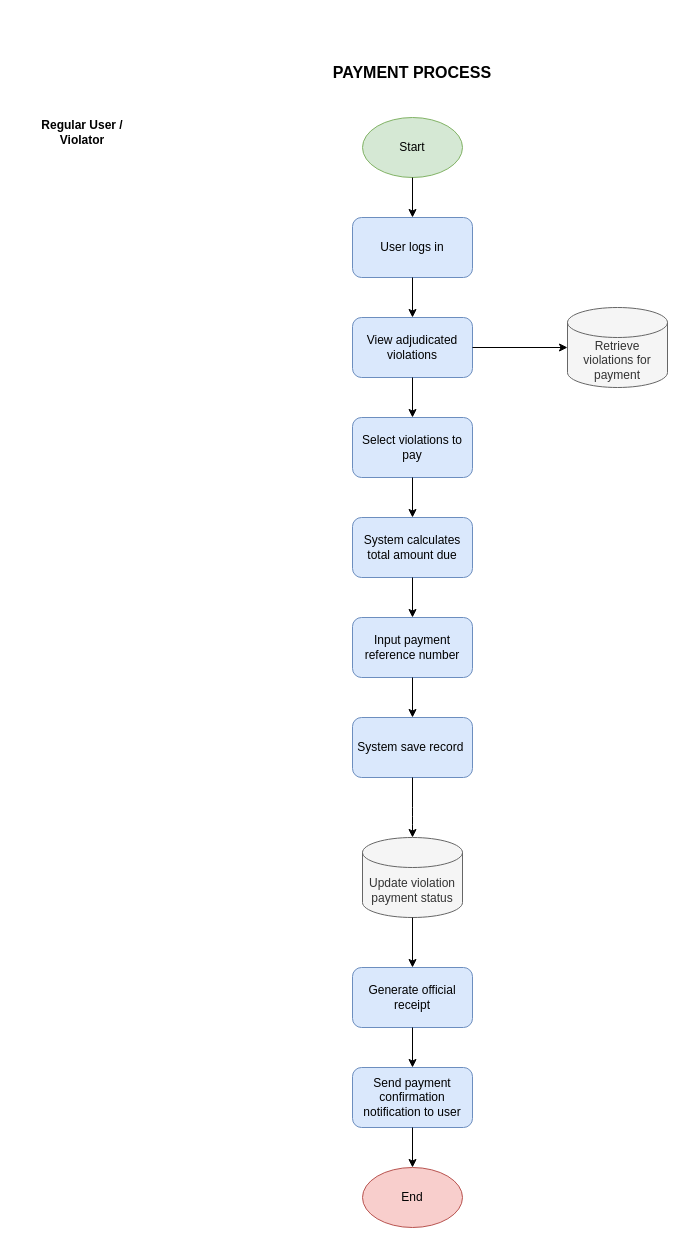
The draw.io diagram payment_process.drawio in PotatoLover169/CTTMO-Traffic-violation-Management-System, before the edit. Source tidied: cells renumbered, new cells numbered last; positions are measured from the earlier drawing's top-left corner, leaving out a move shared by most shapes. Both pictures are drawn from the tidied source at 100%, with x=0, y=0 at pixel (17, 57).
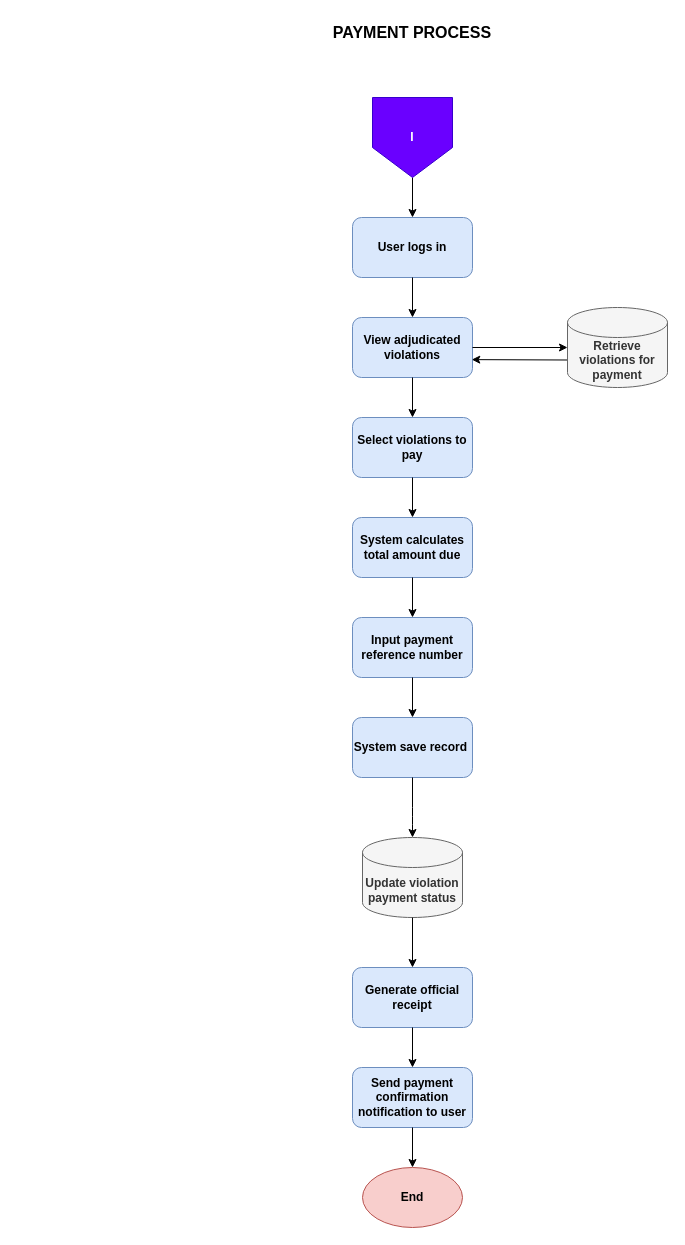
After the change.

Change to the diagram source:
```diff
@@
-    <mxCell id="2" value="Start" style="ellipse;whiteSpace=wrap;html=1;fillColor=#d5e8d4;strokeColor=#82b366;" parent="1" vertex="1">
-      <mxGeometry x="345" y="60" width="100" height="60" as="geometry" />
-    </mxCell>
-    <mxCell id="3" value="User logs in" style="rounded=1;whiteSpace=wrap;html=1;fillColor=#dae8fc;strokeColor=#6c8ebf;" parent="1" vertex="1">
+    <mxCell id="3" value="&lt;b&gt;User logs in&lt;/b&gt;" style="rounded=1;whiteSpace=wrap;html=1;fillColor=#dae8fc;strokeColor=#6c8ebf;" parent="1" vertex="1">
       <mxGeometry x="335" y="160" width="120" height="60" as="geometry" />
     </mxCell>
-    <mxCell id="4" value="View adjudicated violations" style="rounded=1;whiteSpace=wrap;html=1;fillColor=#dae8fc;strokeColor=#6c8ebf;" parent="1" vertex="1">
+    <mxCell id="4" value="&lt;b&gt;View adjudicated violations&lt;/b&gt;" style="rounded=1;whiteSpace=wrap;html=1;fillColor=#dae8fc;strokeColor=#6c8ebf;" parent="1" vertex="1">
       <mxGeometry x="335" y="260" width="120" height="60" as="geometry" />
     </mxCell>
+    <mxCell id="27" style="edgeStyle=none;html=1;exitX=0;exitY=0;exitDx=0;exitDy=52.5;exitPerimeter=0;entryX=0.994;entryY=0.702;entryDx=0;entryDy=0;entryPerimeter=0;" parent="1" edge="1" source="5" target="4">
+      <mxGeometry relative="1" as="geometry" />
+    </mxCell>
-    <mxCell id="5" value="Retrieve violations for payment" style="shape=cylinder3;whiteSpace=wrap;html=1;boundedLbl=1;backgroundOutline=1;size=15;fillColor=#f5f5f5;fontColor=#333333;strokeColor=#666666;" parent="1" vertex="1">
+    <mxCell id="5" value="&lt;b&gt;Retrieve violations for payment&lt;/b&gt;" style="shape=cylinder3;whiteSpace=wrap;html=1;boundedLbl=1;backgroundOutline=1;size=15;fillColor=#f5f5f5;fontColor=#333333;strokeColor=#666666;" parent="1" vertex="1">
       <mxGeometry x="550" y="250" width="100" height="80" as="geometry" />
     </mxCell>
-    <mxCell id="6" value="Select violations to pay" style="rounded=1;whiteSpace=wrap;html=1;fillColor=#dae8fc;strokeColor=#6c8ebf;" parent="1" vertex="1">
+    <mxCell id="6" value="&lt;b&gt;Select violations to pay&lt;/b&gt;" style="rounded=1;whiteSpace=wrap;html=1;fillColor=#dae8fc;strokeColor=#6c8ebf;" parent="1" vertex="1">
       <mxGeometry x="335" y="360" width="120" height="60" as="geometry" />
     </mxCell>
-    <mxCell id="7" value="System calculates total amount due" style="rounded=1;whiteSpace=wrap;html=1;fillColor=#dae8fc;strokeColor=#6c8ebf;" parent="1" vertex="1">
+    <mxCell id="7" value="&lt;b&gt;System calculates total amount due&lt;/b&gt;" style="rounded=1;whiteSpace=wrap;html=1;fillColor=#dae8fc;strokeColor=#6c8ebf;" parent="1" vertex="1">
       <mxGeometry x="335" y="460" width="120" height="60" as="geometry" />
     </mxCell>
-    <mxCell id="8" value="Input payment reference number" style="rounded=1;whiteSpace=wrap;html=1;fillColor=#dae8fc;strokeColor=#6c8ebf;" parent="1" vertex="1">
+    <mxCell id="8" value="&lt;b&gt;Input payment reference number&lt;/b&gt;" style="rounded=1;whiteSpace=wrap;html=1;fillColor=#dae8fc;strokeColor=#6c8ebf;" parent="1" vertex="1">
       <mxGeometry x="335" y="560" width="120" height="60" as="geometry" />
     </mxCell>
-    <mxCell id="9" value="System save record&amp;nbsp;" style="rounded=1;whiteSpace=wrap;html=1;fillColor=#dae8fc;strokeColor=#6c8ebf;" parent="1" vertex="1">
+    <mxCell id="9" value="&lt;b&gt;System save record&amp;nbsp;&lt;/b&gt;" style="rounded=1;whiteSpace=wrap;html=1;fillColor=#dae8fc;strokeColor=#6c8ebf;" parent="1" vertex="1">
       <mxGeometry x="335" y="660" width="120" height="60" as="geometry" />
     </mxCell>
-    <mxCell id="10" value="Update violation payment status" style="shape=cylinder3;whiteSpace=wrap;html=1;boundedLbl=1;backgroundOutline=1;size=15;fillColor=#f5f5f5;fontColor=#333333;strokeColor=#666666;" parent="1" vertex="1">
+    <mxCell id="10" value="&lt;b&gt;Update violation payment status&lt;/b&gt;" style="shape=cylinder3;whiteSpace=wrap;html=1;boundedLbl=1;backgroundOutline=1;size=15;fillColor=#f5f5f5;fontColor=#333333;strokeColor=#666666;" parent="1" vertex="1">
       <mxGeometry x="345" y="780" width="100" height="80" as="geometry" />
     </mxCell>
-    <mxCell id="11" value="Generate official receipt" style="rounded=1;whiteSpace=wrap;html=1;fillColor=#dae8fc;strokeColor=#6c8ebf;" parent="1" vertex="1">
+    <mxCell id="11" value="&lt;b&gt;Generate official receipt&lt;/b&gt;" style="rounded=1;whiteSpace=wrap;html=1;fillColor=#dae8fc;strokeColor=#6c8ebf;" parent="1" vertex="1">
       <mxGeometry x="335" y="910" width="120" height="60" as="geometry" />
     </mxCell>
-    <mxCell id="12" value="Send payment confirmation notification to user" style="rounded=1;whiteSpace=wrap;html=1;fillColor=#dae8fc;strokeColor=#6c8ebf;" parent="1" vertex="1">
+    <mxCell id="12" value="&lt;b&gt;Send payment confirmation notification to user&lt;/b&gt;" style="rounded=1;whiteSpace=wrap;html=1;fillColor=#dae8fc;strokeColor=#6c8ebf;" parent="1" vertex="1">
       <mxGeometry x="335" y="1010" width="120" height="60" as="geometry" />
     </mxCell>
-    <mxCell id="13" value="End" style="ellipse;whiteSpace=wrap;html=1;fillColor=#f8cecc;strokeColor=#b85450;" parent="1" vertex="1">
+    <mxCell id="13" value="&lt;b&gt;End&lt;/b&gt;" style="ellipse;whiteSpace=wrap;html=1;fillColor=#f8cecc;strokeColor=#b85450;" parent="1" vertex="1">
       <mxGeometry x="345" y="1110" width="100" height="60" as="geometry" />
     </mxCell>
-    <mxCell id="14" style="endArrow=classic;html=1;exitX=0.5;exitY=1;exitDx=0;exitDy=0;entryX=0.5;entryY=0;entryDx=0;entryDy=0;" parent="1" edge="1" source="2" target="3">
-      <mxGeometry relative="1" as="geometry" />
+    <mxCell id="14" style="endArrow=classic;html=1;exitX=0.5;exitY=1;exitDx=0;exitDy=0;entryX=0.5;entryY=0;entryDx=0;entryDy=0;" parent="1" edge="1" target="3">
+      <mxGeometry relative="1" as="geometry">
+        <mxPoint x="395" y="120" as="sourcePoint" />
+      </mxGeometry>
     </mxCell>
@@
     <mxCell id="25" value="PAYMENT PROCESS" style="text;html=1;strokeColor=none;fillColor=none;align=center;verticalAlign=middle;whiteSpace=wrap;rounded=0;fontSize=16;fontStyle=1;" parent="1" vertex="1">
-      <mxGeometry x="300" width="190" height="30" as="geometry" />
+      <mxGeometry x="300" y="-40" width="190" height="30" as="geometry" />
     </mxCell>
-    <mxCell id="26" value="Regular User / Violator" style="text;html=1;strokeColor=none;fillColor=none;align=center;verticalAlign=middle;whiteSpace=wrap;rounded=0;fontStyle=1;" parent="1" vertex="1">
-      <mxGeometry y="60" width="130" height="30" as="geometry" />
-    </mxCell>
+    <mxCell id="28" value="&lt;b&gt;&lt;font style=&quot;color: rgb(255, 255, 255);&quot;&gt;I&lt;/font&gt;&lt;/b&gt;" style="shape=offPageConnector;whiteSpace=wrap;html=1;fillColor=#6a00ff;fontColor=#ffffff;strokeColor=#3700CC;" parent="1" vertex="1">
+      <mxGeometry x="355" y="40" width="80" height="80" as="geometry" />
+    </mxCell>
```
